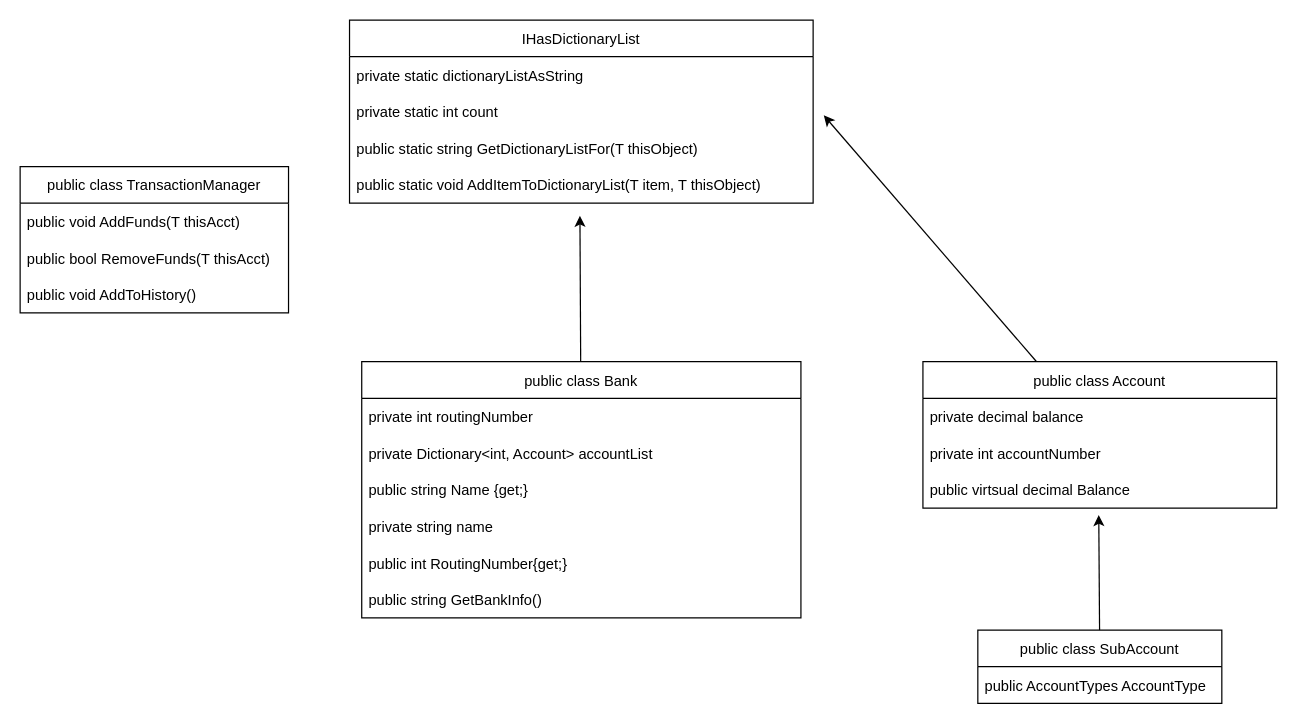
sarah-strawberries/CS-1410-final-project keeps this draw.io diagram as diagram.drawio. Above is the earlier version. Source tidied: cells renumbered, new cells numbered last; positions are measured from the earlier drawing's top-left corner, leaving out a move shared by most shapes. Both pictures are drawn from the tidied source at 122%, with x=0, y=0 at pixel (20, 20).
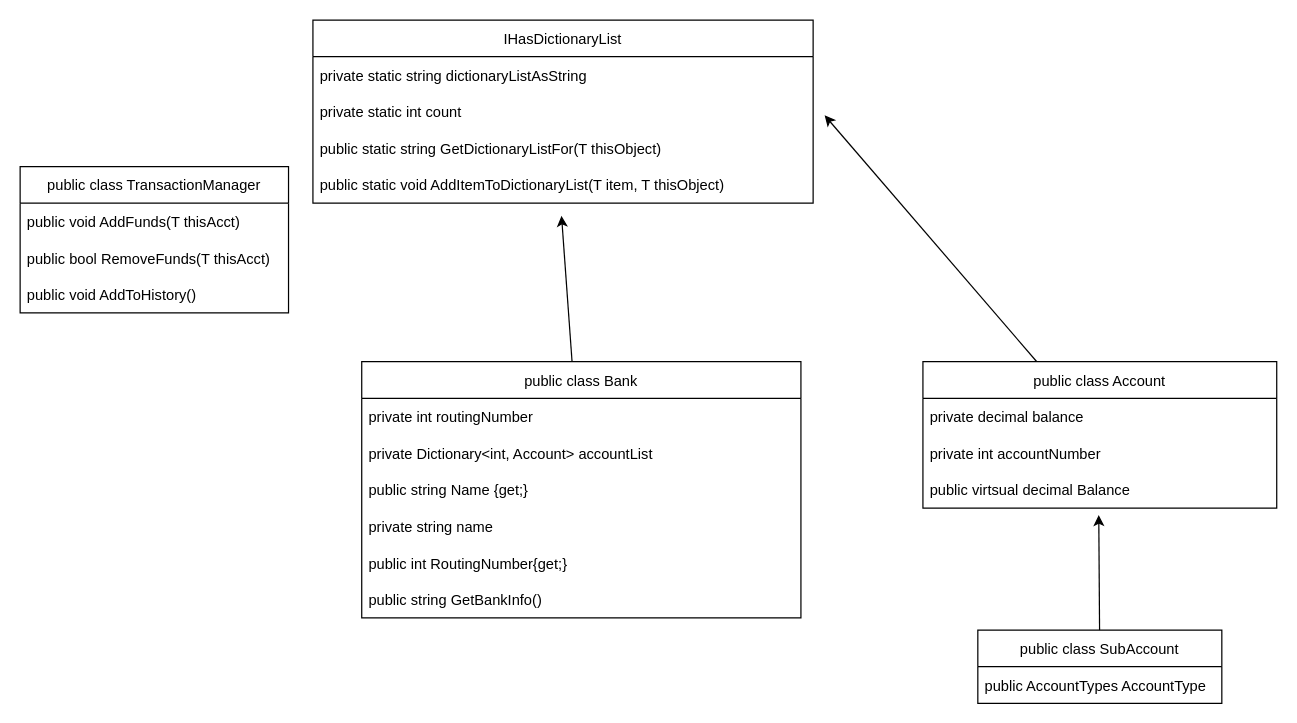
Above is the later version.

Diff of the diagram source:
```diff
@@
     <mxCell id="10" value="IHasDictionaryList" style="swimlane;fontStyle=0;horizontal=1;startSize=30;" parent="1" vertex="1">
-      <mxGeometry x="270" width="380" height="150" as="geometry" />
+      <mxGeometry x="240" width="410" height="150" as="geometry" />
     </mxCell>
-    <mxCell id="11" value="private static dictionaryListAsString" style="text;strokeColor=none;fillColor=none;align=left;verticalAlign=middle;spacingLeft=4;spacingRight=4;overflow=hidden;" parent="10" vertex="1">
-      <mxGeometry y="30" width="380" height="30" as="geometry" />
+    <mxCell id="11" value="private static string dictionaryListAsString" style="text;strokeColor=none;fillColor=none;align=left;verticalAlign=middle;spacingLeft=4;spacingRight=4;overflow=hidden;" parent="10" vertex="1">
+      <mxGeometry y="30" width="410" height="30" as="geometry" />
     </mxCell>
     <mxCell id="12" value="private static int count" style="text;strokeColor=none;fillColor=none;align=left;verticalAlign=middle;spacingLeft=4;spacingRight=4;overflow=hidden;points=[[0,0.5],[1,0.5]];portConstraint=eastwest;" parent="10" vertex="1">
-      <mxGeometry y="60" width="380" height="30" as="geometry" />
+      <mxGeometry y="60" width="410" height="30" as="geometry" />
     </mxCell>
     <mxCell id="13" value="public static string GetDictionaryListFor(T thisObject)" style="text;strokeColor=none;fillColor=none;align=left;verticalAlign=middle;spacingLeft=4;spacingRight=4;overflow=hidden;" parent="10" vertex="1">
-      <mxGeometry y="90" width="380" height="30" as="geometry" />
+      <mxGeometry y="90" width="410" height="30" as="geometry" />
     </mxCell>
     <mxCell id="14" value="public static void AddItemToDictionaryList(T item, T thisObject)" style="text;strokeColor=none;fillColor=none;align=left;verticalAlign=middle;spacingLeft=4;spacingRight=4;overflow=hidden;points=[[0,0.5],[1,0.5]];portConstraint=eastwest;" parent="10" vertex="1">
-      <mxGeometry y="120" width="380" height="30" as="geometry" />
+      <mxGeometry y="120" width="410" height="30" as="geometry" />
     </mxCell>
```
